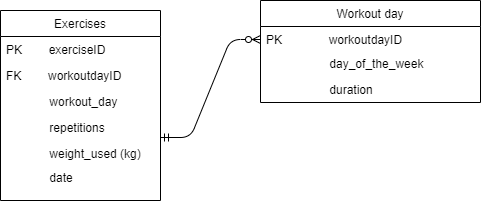
Armanhafiz4/Fundamental-project keeps this draw.io diagram as ERD new Diagram.png. Above is the earlier version. Source tidied: cells renumbered, new cells last; positions are measured from the earlier drawing's top-left corner, leaving out a move shared by most shapes.
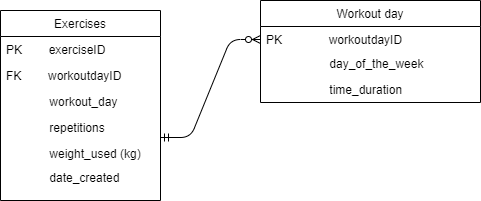
After the commit.

The edit, as a diff of the source:
```diff
@@ -20,7 +20,7 @@
     <mxCell id="7" value="             weight_used (kg)" style="text;align=left;verticalAlign=top;spacingLeft=4;spacingRight=4;overflow=hidden;rounded=0;shadow=0;html=0;" parent="2" vertex="1">
       <mxGeometry y="130" width="160" height="24" as="geometry" />
     </mxCell>
-    <mxCell id="8" value="             date" style="text;align=left;verticalAlign=top;spacingLeft=4;spacingRight=4;overflow=hidden;rounded=0;shadow=0;html=0;" parent="2" vertex="1">
+    <mxCell id="8" value="             date_created" style="text;align=left;verticalAlign=top;spacingLeft=4;spacingRight=4;overflow=hidden;rounded=0;shadow=0;html=0;" parent="2" vertex="1">
       <mxGeometry y="154" width="160" height="26" as="geometry" />
     </mxCell>
     <mxCell id="9" value="Workout day" style="swimlane;fontStyle=0;align=center;verticalAlign=top;horizontal=1;startSize=26;rounded=0;shadow=0;strokeWidth=1;" parent="1" vertex="1">
@@ -32,7 +32,7 @@
     <mxCell id="11" value="                   day_of_the_week" style="text;align=left;verticalAlign=top;spacingLeft=4;spacingRight=4;overflow=hidden;" parent="9" vertex="1">
       <mxGeometry y="50" width="220" height="26" as="geometry" />
     </mxCell>
-    <mxCell id="12" value="                   duration" style="text;align=left;verticalAlign=top;spacingLeft=4;spacingRight=4;overflow=hidden;" parent="9" vertex="1">
+    <mxCell id="12" value="                   time_duration" style="text;align=left;verticalAlign=top;spacingLeft=4;spacingRight=4;overflow=hidden;" parent="9" vertex="1">
       <mxGeometry y="76" width="220" height="26" as="geometry" />
     </mxCell>
     <mxCell id="13" style="edgeStyle=entityRelationEdgeStyle;fontSize=12;html=1;endArrow=ERzeroToMany;startArrow=ERmandOne;" parent="1" edge="1">
```
